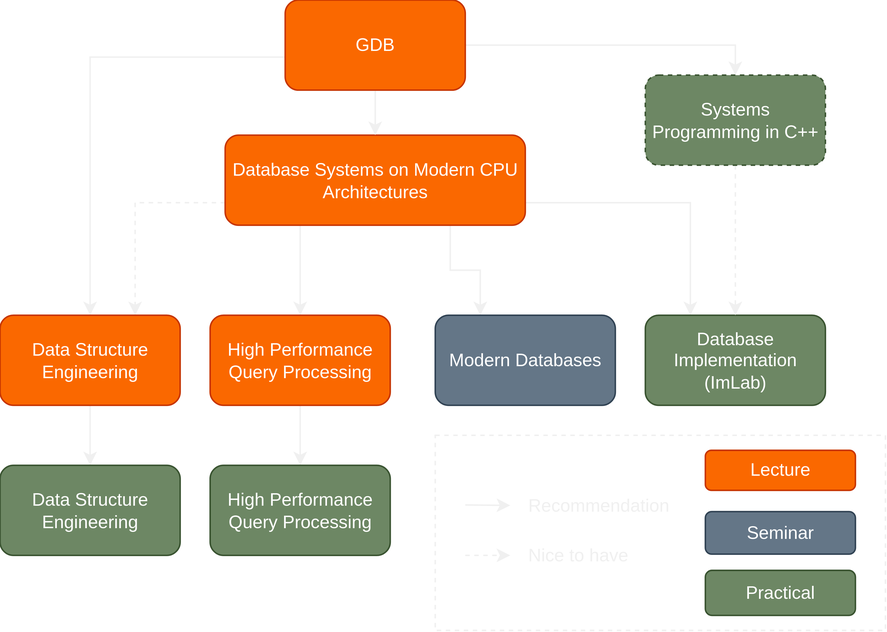
Above: content/curriculum_support/practicals_seminars.svg in tumuchdata/tumuchdata.github.io (draw.io), before the change. Source tidied: cells renumbered, new cells last; positions are measured from the earlier drawing's top-left corner, leaving out a move shared by most shapes. Source of this version:
```xml
<mxGraphModel>
  <root>
    <mxCell id="0" />
    <mxCell id="1" parent="0" />
    <mxCell id="2" style="rounded=0;whiteSpace=wrap;html=1;fillColor=none;dashed=1;" parent="1" vertex="1">
      <mxGeometry x="290" y="290" width="300" height="130" as="geometry" />
    </mxCell>
    <mxCell id="3" style="edgeStyle=orthogonalEdgeStyle;rounded=0;jettySize=auto;html=1;exitX=0.008;exitY=0.633;exitDx=0;exitDy=0;entryX=0.5;entryY=0;entryDx=0;entryDy=0;exitPerimeter=0;" parent="1" edge="1" source="11" target="13">
      <mxGeometry relative="1" as="geometry">
        <Array as="points">
          <mxPoint x="60" y="38" />
        </Array>
      </mxGeometry>
    </mxCell>
    <mxCell id="4" style="edgeStyle=orthogonalEdgeStyle;rounded=0;jettySize=auto;html=1;exitX=0.25;exitY=1;exitDx=0;exitDy=0;entryX=0.5;entryY=0;entryDx=0;entryDy=0;" parent="1" edge="1" source="8" target="15">
      <mxGeometry relative="1" as="geometry" />
    </mxCell>
    <mxCell id="5" style="edgeStyle=orthogonalEdgeStyle;rounded=0;jettySize=auto;html=1;exitX=0;exitY=0.75;exitDx=0;exitDy=0;entryX=0.75;entryY=0;entryDx=0;entryDy=0;dashed=1;" parent="1" edge="1" source="8" target="13">
      <mxGeometry relative="1" as="geometry">
        <Array as="points">
          <mxPoint x="90" y="135" />
        </Array>
      </mxGeometry>
    </mxCell>
    <mxCell id="6" style="edgeStyle=orthogonalEdgeStyle;rounded=0;jettySize=auto;html=1;exitX=0.75;exitY=1;exitDx=0;exitDy=0;entryX=0.25;entryY=0;entryDx=0;entryDy=0;" parent="1" edge="1" source="8" target="18">
      <mxGeometry relative="1" as="geometry" />
    </mxCell>
    <mxCell id="7" style="edgeStyle=orthogonalEdgeStyle;rounded=0;jettySize=auto;html=1;exitX=1;exitY=0.75;exitDx=0;exitDy=0;entryX=0.25;entryY=0;entryDx=0;entryDy=0;" parent="1" edge="1" source="8" target="19">
      <mxGeometry relative="1" as="geometry" />
    </mxCell>
    <mxCell id="8" value="Database Systems on Modern CPU Architectures" style="rounded=1;whiteSpace=wrap;html=1;fillColor=#fa6800;strokeColor=#C73500;fontColor=#FFFFFF;" parent="1" vertex="1">
      <mxGeometry x="150" y="90" width="200" height="60" as="geometry" />
    </mxCell>
    <mxCell id="9" style="edgeStyle=orthogonalEdgeStyle;rounded=0;jettySize=auto;html=1;exitX=0.75;exitY=1;exitDx=0;exitDy=0;entryX=0.5;entryY=0;entryDx=0;entryDy=0;" parent="1" edge="1" source="11" target="8">
      <mxGeometry relative="1" as="geometry">
        <Array as="points">
          <mxPoint x="250" y="70" />
          <mxPoint x="250" y="70" />
        </Array>
      </mxGeometry>
    </mxCell>
    <mxCell id="10" style="edgeStyle=orthogonalEdgeStyle;rounded=0;jettySize=auto;html=1;exitX=1;exitY=0.5;exitDx=0;exitDy=0;entryX=0.5;entryY=0;entryDx=0;entryDy=0;" parent="1" edge="1" source="11" target="21">
      <mxGeometry relative="1" as="geometry" />
    </mxCell>
    <mxCell id="11" value="GDB" style="rounded=1;whiteSpace=wrap;html=1;fillColor=#fa6800;strokeColor=#C73500;fontColor=#FFFFFF;" parent="1" vertex="1">
      <mxGeometry x="190" width="120" height="60" as="geometry" />
    </mxCell>
    <mxCell id="12" style="edgeStyle=orthogonalEdgeStyle;rounded=0;jettySize=auto;html=1;exitX=0.5;exitY=1;exitDx=0;exitDy=0;" parent="1" edge="1" source="13" target="16">
      <mxGeometry relative="1" as="geometry" />
    </mxCell>
    <mxCell id="13" value="&lt;font color=&quot;#ffffff&quot;&gt;Data Structure Engineering&lt;/font&gt;" style="rounded=1;whiteSpace=wrap;html=1;fillColor=#fa6800;strokeColor=#C73500;fontColor=#000000;" parent="1" vertex="1">
      <mxGeometry y="210" width="120" height="60" as="geometry" />
    </mxCell>
    <mxCell id="14" style="edgeStyle=orthogonalEdgeStyle;rounded=0;jettySize=auto;html=1;exitX=0.5;exitY=1;exitDx=0;exitDy=0;entryX=0.5;entryY=0;entryDx=0;entryDy=0;" parent="1" edge="1" source="15" target="17">
      <mxGeometry relative="1" as="geometry" />
    </mxCell>
    <mxCell id="15" value="&lt;font color=&quot;#ffffff&quot;&gt;High Performance Query Processing&lt;/font&gt;" style="rounded=1;whiteSpace=wrap;html=1;fillColor=#fa6800;strokeColor=#C73500;fontColor=#000000;" parent="1" vertex="1">
      <mxGeometry x="140" y="210" width="120" height="60" as="geometry" />
    </mxCell>
    <mxCell id="16" value="Data Structure Engineering" style="rounded=1;whiteSpace=wrap;html=1;fillColor=#6d8764;strokeColor=#3A5431;fontColor=#ffffff;" parent="1" vertex="1">
      <mxGeometry y="310" width="120" height="60" as="geometry" />
    </mxCell>
    <mxCell id="17" value="High Performance Query Processing" style="rounded=1;whiteSpace=wrap;html=1;fillColor=#6d8764;strokeColor=#3A5431;fontColor=#ffffff;" parent="1" vertex="1">
      <mxGeometry x="140" y="310" width="120" height="60" as="geometry" />
    </mxCell>
    <mxCell id="18" value="Modern Databases" style="rounded=1;whiteSpace=wrap;html=1;fillColor=#647687;strokeColor=#314354;fontColor=#ffffff;" parent="1" vertex="1">
      <mxGeometry x="290" y="210" width="120" height="60" as="geometry" />
    </mxCell>
    <mxCell id="19" value="Database Implementation (ImLab)" style="rounded=1;whiteSpace=wrap;html=1;fillColor=#6d8764;strokeColor=#3A5431;fontColor=#ffffff;" parent="1" vertex="1">
      <mxGeometry x="430" y="210" width="120" height="60" as="geometry" />
    </mxCell>
    <mxCell id="20" style="edgeStyle=orthogonalEdgeStyle;rounded=0;jettySize=auto;html=1;exitX=0.5;exitY=1;exitDx=0;exitDy=0;entryX=0.5;entryY=0;entryDx=0;entryDy=0;dashed=1;" parent="1" edge="1" source="21" target="19">
      <mxGeometry relative="1" as="geometry" />
    </mxCell>
    <mxCell id="21" value="Systems Programming in C++" style="rounded=1;whiteSpace=wrap;html=1;fillColor=#6d8764;strokeColor=#3A5431;dashed=1;fontColor=#ffffff;" parent="1" vertex="1">
      <mxGeometry x="430" y="50" width="120" height="60" as="geometry" />
    </mxCell>
    <mxCell id="22" style="endArrow=classic;html=1;rounded=0;" parent="1" edge="1">
      <mxGeometry relative="1" as="geometry">
        <mxPoint x="310" y="336.4" as="sourcePoint" />
        <mxPoint x="340" y="336.7" as="targetPoint" />
      </mxGeometry>
    </mxCell>
    <mxCell id="23" style="endArrow=classic;html=1;rounded=0;entryX=0.313;entryY=0.048;entryDx=0;entryDy=0;entryPerimeter=0;dashed=1;" parent="1" edge="1">
      <mxGeometry relative="1" as="geometry">
        <mxPoint x="310" y="370" as="sourcePoint" />
        <mxPoint x="340" y="370" as="targetPoint" />
      </mxGeometry>
    </mxCell>
    <mxCell id="24" value="&lt;font color=&quot;#ffffff&quot;&gt;Lecture&lt;/font&gt;" style="rounded=1;whiteSpace=wrap;html=1;fillColor=#fa6800;strokeColor=#C73500;fontColor=#000000;" parent="1" vertex="1">
      <mxGeometry x="470" y="300" width="100" height="26.7" as="geometry" />
    </mxCell>
    <mxCell id="25" value="Seminar" style="rounded=1;whiteSpace=wrap;html=1;fillColor=#647687;strokeColor=#314354;fontColor=#ffffff;" parent="1" vertex="1">
      <mxGeometry x="470" y="340.8" width="100" height="28.3" as="geometry" />
    </mxCell>
    <mxCell id="26" value="Practical" style="rounded=1;whiteSpace=wrap;html=1;fillColor=#6d8764;strokeColor=#3A5431;fontColor=#ffffff;" parent="1" vertex="1">
      <mxGeometry x="470" y="380" width="100" height="30" as="geometry" />
    </mxCell>
    <mxCell id="27" value="Recommendation" style="text;html=1;strokeColor=none;fillColor=none;align=left;verticalAlign=middle;whiteSpace=wrap;rounded=0;" parent="1" vertex="1">
      <mxGeometry x="350" y="326.7" width="100" height="20" as="geometry" />
    </mxCell>
    <mxCell id="28" value="Nice to have" style="text;html=1;strokeColor=none;fillColor=none;align=left;verticalAlign=middle;whiteSpace=wrap;rounded=0;" parent="1" vertex="1">
      <mxGeometry x="350" y="360" width="70" height="20" as="geometry" />
    </mxCell>
  </root>
</mxGraphModel>
```
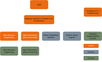
The same file after the commit.

Commit message:
updated practicals and seminars picture

What changed in the source:
```diff
@@ -2,105 +2,123 @@
   <root>
     <mxCell id="0" />
     <mxCell id="1" parent="0" />
-    <mxCell id="2" style="rounded=0;whiteSpace=wrap;html=1;fillColor=none;dashed=1;" parent="1" vertex="1">
-      <mxGeometry x="290" y="290" width="300" height="130" as="geometry" />
-    </mxCell>
     <mxCell id="3" style="edgeStyle=orthogonalEdgeStyle;rounded=0;jettySize=auto;html=1;exitX=0.008;exitY=0.633;exitDx=0;exitDy=0;entryX=0.5;entryY=0;entryDx=0;entryDy=0;exitPerimeter=0;" parent="1" edge="1" source="11" target="13">
       <mxGeometry relative="1" as="geometry">
         <Array as="points">
-          <mxPoint x="60" y="38" />
+          <mxPoint y="38" />
         </Array>
       </mxGeometry>
     </mxCell>
-    <mxCell id="4" style="edgeStyle=orthogonalEdgeStyle;rounded=0;jettySize=auto;html=1;exitX=0.25;exitY=1;exitDx=0;exitDy=0;entryX=0.5;entryY=0;entryDx=0;entryDy=0;" parent="1" edge="1" source="8" target="15">
-      <mxGeometry relative="1" as="geometry" />
-    </mxCell>
-    <mxCell id="5" style="edgeStyle=orthogonalEdgeStyle;rounded=0;jettySize=auto;html=1;exitX=0;exitY=0.75;exitDx=0;exitDy=0;entryX=0.75;entryY=0;entryDx=0;entryDy=0;dashed=1;" parent="1" edge="1" source="8" target="13">
+    <mxCell id="5" style="edgeStyle=orthogonalEdgeStyle;rounded=0;jettySize=auto;html=1;exitX=0;exitY=0.5;exitDx=0;exitDy=0;entryX=0.75;entryY=0;entryDx=0;entryDy=0;dashed=1;" parent="1" edge="1" source="8" target="13">
       <mxGeometry relative="1" as="geometry">
         <Array as="points">
-          <mxPoint x="90" y="135" />
+          <mxPoint x="30" y="130" />
         </Array>
       </mxGeometry>
     </mxCell>
-    <mxCell id="6" style="edgeStyle=orthogonalEdgeStyle;rounded=0;jettySize=auto;html=1;exitX=0.75;exitY=1;exitDx=0;exitDy=0;entryX=0.25;entryY=0;entryDx=0;entryDy=0;" parent="1" edge="1" source="8" target="18">
-      <mxGeometry relative="1" as="geometry" />
-    </mxCell>
-    <mxCell id="7" style="edgeStyle=orthogonalEdgeStyle;rounded=0;jettySize=auto;html=1;exitX=1;exitY=0.75;exitDx=0;exitDy=0;entryX=0.25;entryY=0;entryDx=0;entryDy=0;" parent="1" edge="1" source="8" target="19">
+    <mxCell id="7" style="edgeStyle=orthogonalEdgeStyle;rounded=0;jettySize=auto;html=1;exitX=1;exitY=0.5;exitDx=0;exitDy=0;entryX=0.25;entryY=0;entryDx=0;entryDy=0;" parent="1" edge="1" source="8" target="19">
       <mxGeometry relative="1" as="geometry" />
     </mxCell>
     <mxCell id="8" value="Database Systems on Modern CPU Architectures" style="rounded=1;whiteSpace=wrap;html=1;fillColor=#fa6800;strokeColor=#C73500;fontColor=#FFFFFF;" parent="1" vertex="1">
-      <mxGeometry x="150" y="90" width="200" height="60" as="geometry" />
+      <mxGeometry x="100" y="100" width="200" height="60" as="geometry" />
     </mxCell>
-    <mxCell id="9" style="edgeStyle=orthogonalEdgeStyle;rounded=0;jettySize=auto;html=1;exitX=0.75;exitY=1;exitDx=0;exitDy=0;entryX=0.5;entryY=0;entryDx=0;entryDy=0;" parent="1" edge="1" source="11" target="8">
-      <mxGeometry relative="1" as="geometry">
-        <Array as="points">
-          <mxPoint x="250" y="70" />
-          <mxPoint x="250" y="70" />
-        </Array>
-      </mxGeometry>
+    <mxCell id="9" style="edgeStyle=orthogonalEdgeStyle;rounded=0;jettySize=auto;html=1;exitX=0.5;exitY=1;exitDx=0;exitDy=0;entryX=0.5;entryY=0;entryDx=0;entryDy=0;" parent="1" edge="1" source="11" target="8">
+      <mxGeometry relative="1" as="geometry" />
     </mxCell>
     <mxCell id="10" style="edgeStyle=orthogonalEdgeStyle;rounded=0;jettySize=auto;html=1;exitX=1;exitY=0.5;exitDx=0;exitDy=0;entryX=0.5;entryY=0;entryDx=0;entryDy=0;" parent="1" edge="1" source="11" target="21">
       <mxGeometry relative="1" as="geometry" />
     </mxCell>
     <mxCell id="11" value="GDB" style="rounded=1;whiteSpace=wrap;html=1;fillColor=#fa6800;strokeColor=#C73500;fontColor=#FFFFFF;" parent="1" vertex="1">
-      <mxGeometry x="190" width="120" height="60" as="geometry" />
+      <mxGeometry x="140" width="120" height="60" as="geometry" />
     </mxCell>
     <mxCell id="12" style="edgeStyle=orthogonalEdgeStyle;rounded=0;jettySize=auto;html=1;exitX=0.5;exitY=1;exitDx=0;exitDy=0;" parent="1" edge="1" source="13" target="16">
       <mxGeometry relative="1" as="geometry" />
     </mxCell>
     <mxCell id="13" value="&lt;font color=&quot;#ffffff&quot;&gt;Data Structure Engineering&lt;/font&gt;" style="rounded=1;whiteSpace=wrap;html=1;fillColor=#fa6800;strokeColor=#C73500;fontColor=#000000;" parent="1" vertex="1">
-      <mxGeometry y="210" width="120" height="60" as="geometry" />
+      <mxGeometry x="-60" y="210" width="120" height="60" as="geometry" />
     </mxCell>
     <mxCell id="14" style="edgeStyle=orthogonalEdgeStyle;rounded=0;jettySize=auto;html=1;exitX=0.5;exitY=1;exitDx=0;exitDy=0;entryX=0.5;entryY=0;entryDx=0;entryDy=0;" parent="1" edge="1" source="15" target="17">
       <mxGeometry relative="1" as="geometry" />
     </mxCell>
     <mxCell id="15" value="&lt;font color=&quot;#ffffff&quot;&gt;High Performance Query Processing&lt;/font&gt;" style="rounded=1;whiteSpace=wrap;html=1;fillColor=#fa6800;strokeColor=#C73500;fontColor=#000000;" parent="1" vertex="1">
-      <mxGeometry x="140" y="210" width="120" height="60" as="geometry" />
+      <mxGeometry x="80" y="210" width="120" height="60" as="geometry" />
     </mxCell>
     <mxCell id="16" value="Data Structure Engineering" style="rounded=1;whiteSpace=wrap;html=1;fillColor=#6d8764;strokeColor=#3A5431;fontColor=#ffffff;" parent="1" vertex="1">
-      <mxGeometry y="310" width="120" height="60" as="geometry" />
+      <mxGeometry x="-60" y="309.2" width="120" height="60" as="geometry" />
     </mxCell>
     <mxCell id="17" value="High Performance Query Processing" style="rounded=1;whiteSpace=wrap;html=1;fillColor=#6d8764;strokeColor=#3A5431;fontColor=#ffffff;" parent="1" vertex="1">
-      <mxGeometry x="140" y="310" width="120" height="60" as="geometry" />
+      <mxGeometry x="80" y="309.2" width="120" height="60" as="geometry" />
     </mxCell>
-    <mxCell id="18" value="Modern Databases" style="rounded=1;whiteSpace=wrap;html=1;fillColor=#647687;strokeColor=#314354;fontColor=#ffffff;" parent="1" vertex="1">
-      <mxGeometry x="290" y="210" width="120" height="60" as="geometry" />
+    <mxCell id="18" value="Modern Databases Systems" style="rounded=1;whiteSpace=wrap;html=1;fillColor=#647687;strokeColor=#314354;fontColor=#ffffff;" parent="1" vertex="1">
+      <mxGeometry x="219" y="210" width="120" height="60" as="geometry" />
     </mxCell>
     <mxCell id="19" value="Database Implementation (ImLab)" style="rounded=1;whiteSpace=wrap;html=1;fillColor=#6d8764;strokeColor=#3A5431;fontColor=#ffffff;" parent="1" vertex="1">
-      <mxGeometry x="430" y="210" width="120" height="60" as="geometry" />
+      <mxGeometry x="498" y="210" width="120" height="60" as="geometry" />
     </mxCell>
-    <mxCell id="20" style="edgeStyle=orthogonalEdgeStyle;rounded=0;jettySize=auto;html=1;exitX=0.5;exitY=1;exitDx=0;exitDy=0;entryX=0.5;entryY=0;entryDx=0;entryDy=0;dashed=1;" parent="1" edge="1" source="21" target="19">
-      <mxGeometry relative="1" as="geometry" />
+    <mxCell id="20" style="edgeStyle=orthogonalEdgeStyle;rounded=0;jettySize=auto;html=1;exitX=0.5;exitY=1;exitDx=0;exitDy=0;dashed=1;entryX=0.5;entryY=0;entryDx=0;entryDy=0;" parent="1" edge="1" source="21" target="19">
+      <mxGeometry relative="1" as="geometry">
+        <Array as="points">
+          <mxPoint x="558" y="140" />
+          <mxPoint x="558" y="140" />
+        </Array>
+      </mxGeometry>
     </mxCell>
-    <mxCell id="21" value="Systems Programming in C++" style="rounded=1;whiteSpace=wrap;html=1;fillColor=#6d8764;strokeColor=#3A5431;dashed=1;fontColor=#ffffff;" parent="1" vertex="1">
-      <mxGeometry x="430" y="50" width="120" height="60" as="geometry" />
+    <mxCell id="21" value="Concepts of C++ Programming" style="rounded=1;whiteSpace=wrap;html=1;fillColor=#fa6800;strokeColor=#C73500;fontColor=#FFFFFF;align=center;verticalAlign=middle;fontFamily=Helvetica;fontSize=12;" parent="1" vertex="1">
+      <mxGeometry x="498" y="50" width="120" height="60" as="geometry" />
     </mxCell>
+    <mxCell id="29" value="Modern Query Engines" style="rounded=1;whiteSpace=wrap;html=1;fillColor=#647687;strokeColor=#314354;fontColor=#ffffff;" parent="1" vertex="1">
+      <mxGeometry x="359" y="210" width="120" height="60" as="geometry" />
+    </mxCell>
+    <mxCell id="30" style="edgeStyle=orthogonalEdgeStyle;rounded=0;jettySize=auto;html=1;exitX=1;exitY=0.75;exitDx=0;exitDy=0;entryX=0.5;entryY=0;entryDx=0;entryDy=0;" parent="1" edge="1" source="8" target="29">
+      <mxGeometry relative="1" as="geometry">
+        <Array as="points">
+          <mxPoint x="419" y="145" />
+        </Array>
+      </mxGeometry>
+    </mxCell>
+    <mxCell id="31" style="group;" parent="1" vertex="1">
+      <mxGeometry x="318" y="281" width="300" height="130" as="geometry" />
+    </mxCell>
+    <mxCell id="2" style="rounded=0;whiteSpace=wrap;html=1;fillColor=none;dashed=1;" parent="31" vertex="1">
+      <mxGeometry width="300" height="130" as="geometry" />
+    </mxCell>
-    <mxCell id="22" style="endArrow=classic;html=1;rounded=0;" parent="1" edge="1">
+    <mxCell id="22" style="endArrow=classic;html=1;rounded=0;" parent="31" edge="1">
       <mxGeometry relative="1" as="geometry">
-        <mxPoint x="310" y="336.4" as="sourcePoint" />
-        <mxPoint x="340" y="336.7" as="targetPoint" />
+        <mxPoint x="18" y="46.4" as="sourcePoint" />
+        <mxPoint x="48" y="46.7" as="targetPoint" />
       </mxGeometry>
     </mxCell>
-    <mxCell id="23" style="endArrow=classic;html=1;rounded=0;entryX=0.313;entryY=0.048;entryDx=0;entryDy=0;entryPerimeter=0;dashed=1;" parent="1" edge="1">
+    <mxCell id="23" style="endArrow=classic;html=1;rounded=0;entryX=0.313;entryY=0.048;entryDx=0;entryDy=0;entryPerimeter=0;dashed=1;" parent="31" edge="1">
       <mxGeometry relative="1" as="geometry">
-        <mxPoint x="310" y="370" as="sourcePoint" />
-        <mxPoint x="340" y="370" as="targetPoint" />
+        <mxPoint x="18" y="80" as="sourcePoint" />
+        <mxPoint x="48" y="80" as="targetPoint" />
       </mxGeometry>
     </mxCell>
-    <mxCell id="24" value="&lt;font color=&quot;#ffffff&quot;&gt;Lecture&lt;/font&gt;" style="rounded=1;whiteSpace=wrap;html=1;fillColor=#fa6800;strokeColor=#C73500;fontColor=#000000;" parent="1" vertex="1">
-      <mxGeometry x="470" y="300" width="100" height="26.7" as="geometry" />
+    <mxCell id="24" value="&lt;font color=&quot;#ffffff&quot;&gt;Lecture&lt;/font&gt;" style="rounded=1;whiteSpace=wrap;html=1;fillColor=#fa6800;strokeColor=#C73500;fontColor=#000000;" parent="31" vertex="1">
+      <mxGeometry x="178" y="10" width="100" height="26.7" as="geometry" />
     </mxCell>
-    <mxCell id="25" value="Seminar" style="rounded=1;whiteSpace=wrap;html=1;fillColor=#647687;strokeColor=#314354;fontColor=#ffffff;" parent="1" vertex="1">
-      <mxGeometry x="470" y="340.8" width="100" height="28.3" as="geometry" />
+    <mxCell id="25" value="Seminar" style="rounded=1;whiteSpace=wrap;html=1;fillColor=#647687;strokeColor=#314354;fontColor=#ffffff;" parent="31" vertex="1">
+      <mxGeometry x="178" y="50.8" width="100" height="28.3" as="geometry" />
     </mxCell>
-    <mxCell id="26" value="Practical" style="rounded=1;whiteSpace=wrap;html=1;fillColor=#6d8764;strokeColor=#3A5431;fontColor=#ffffff;" parent="1" vertex="1">
-      <mxGeometry x="470" y="380" width="100" height="30" as="geometry" />
+    <mxCell id="26" value="Practical" style="rounded=1;whiteSpace=wrap;html=1;fillColor=#6d8764;strokeColor=#3A5431;fontColor=#ffffff;" parent="31" vertex="1">
+      <mxGeometry x="178" y="90" width="100" height="30" as="geometry" />
     </mxCell>
-    <mxCell id="27" value="Recommendation" style="text;html=1;strokeColor=none;fillColor=none;align=left;verticalAlign=middle;whiteSpace=wrap;rounded=0;" parent="1" vertex="1">
-      <mxGeometry x="350" y="326.7" width="100" height="20" as="geometry" />
+    <mxCell id="27" value="Recommendation" style="text;html=1;strokeColor=none;fillColor=none;align=left;verticalAlign=middle;whiteSpace=wrap;rounded=0;" parent="31" vertex="1">
+      <mxGeometry x="58" y="36.7" width="100" height="20" as="geometry" />
     </mxCell>
-    <mxCell id="28" value="Nice to have" style="text;html=1;strokeColor=none;fillColor=none;align=left;verticalAlign=middle;whiteSpace=wrap;rounded=0;" parent="1" vertex="1">
-      <mxGeometry x="350" y="360" width="70" height="20" as="geometry" />
+    <mxCell id="28" value="Nice to have" style="text;html=1;strokeColor=none;fillColor=none;align=left;verticalAlign=middle;whiteSpace=wrap;rounded=0;" parent="31" vertex="1">
+      <mxGeometry x="58" y="70" width="70" height="20" as="geometry" />
     </mxCell>
+    <mxCell id="4" style="edgeStyle=orthogonalEdgeStyle;rounded=0;jettySize=auto;html=1;exitX=0.201;exitY=1.007;exitDx=0;exitDy=0;entryX=0.5;entryY=0;entryDx=0;entryDy=0;exitPerimeter=0;" parent="1" edge="1" source="8" target="15">
+      <mxGeometry relative="1" as="geometry">
+        <Array as="points">
+          <mxPoint x="140" y="170" />
+          <mxPoint x="140" y="170" />
+        </Array>
+      </mxGeometry>
+    </mxCell>
+    <mxCell id="6" style="edgeStyle=orthogonalEdgeStyle;rounded=0;jettySize=auto;html=1;entryX=0.5;entryY=0;entryDx=0;entryDy=0;exitX=0.893;exitY=0.996;exitDx=0;exitDy=0;exitPerimeter=0;" parent="1" edge="1" source="8" target="18">
+      <mxGeometry relative="1" as="geometry" />
+    </mxCell>
   </root>
 </mxGraphModel>
```
